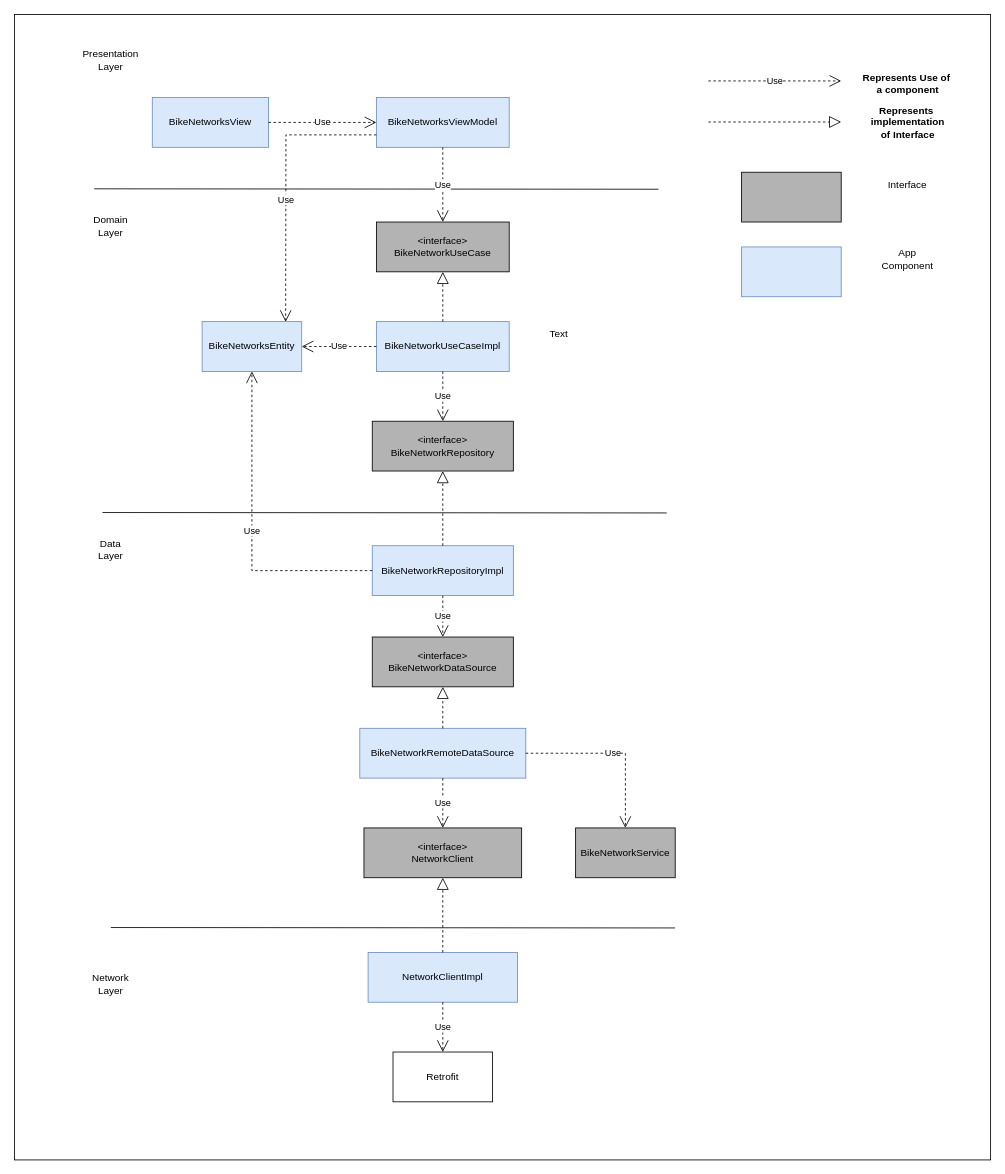
git-himanshu/JetComposeWithCleanArchitecture keeps this draw.io diagram as docs/architect_diagram.drawio. Above is the earlier version. Source tidied: cells renumbered, new cells numbered last; positions are measured from the earlier drawing's top-left corner, leaving out a move shared by most shapes. Both pictures are drawn from the tidied source at 83%, with x=0, y=0 at pixel (14, 14).
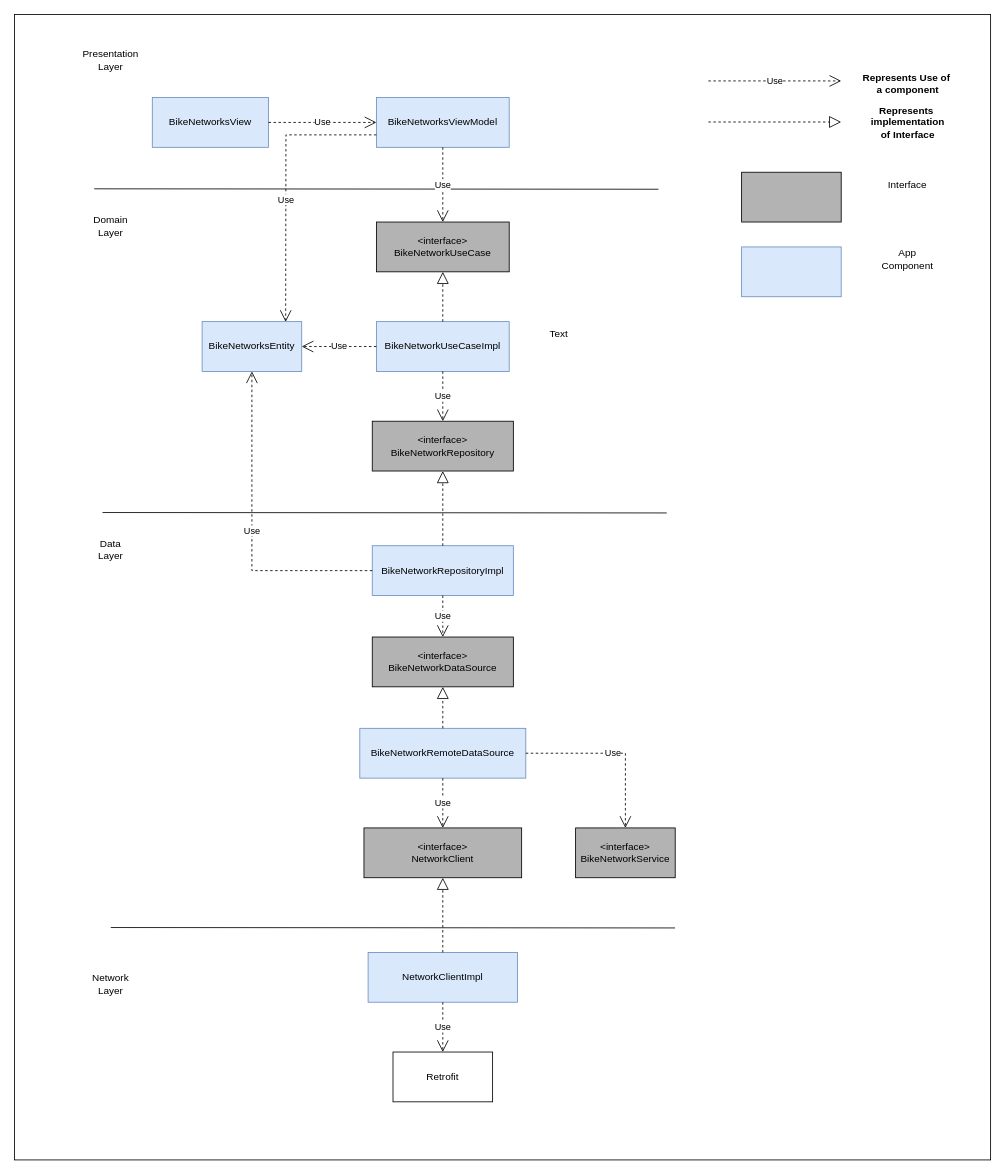
The same page after the edit.

Commit message (it also covers changes not shown here):
Network module is dependent on data module now.

Diff of the diagram source:
```diff
@@
-    <mxCell id="25" value="BikeNetworkService" style="rounded=0;whiteSpace=wrap;html=1;fillColor=#B3B3B3;" parent="1" vertex="1">
+    <mxCell id="25" value="&amp;lt;interface&amp;gt;&lt;div&gt;BikeNetworkService&lt;/div&gt;" style="rounded=0;whiteSpace=wrap;html=1;fillColor=#B3B3B3;" parent="1" vertex="1">
       <mxGeometry x="676" y="980" width="120" height="60" as="geometry" />
     </mxCell>
```
